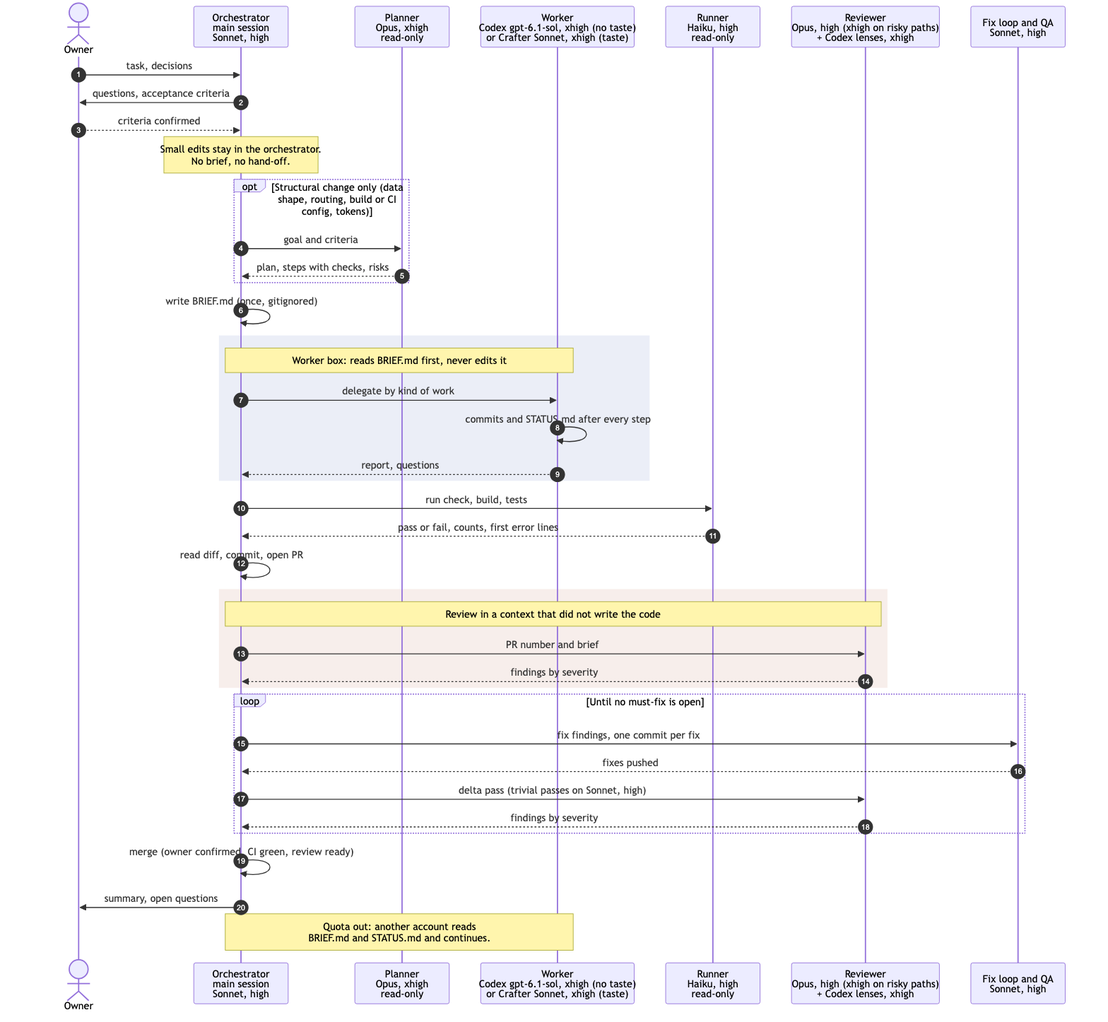
The Mermaid diagram diagram/routing.png in ViacheslavDanilov/agent-routing, before a commit. Its source is kept beside it as diagram/routing.mmd.
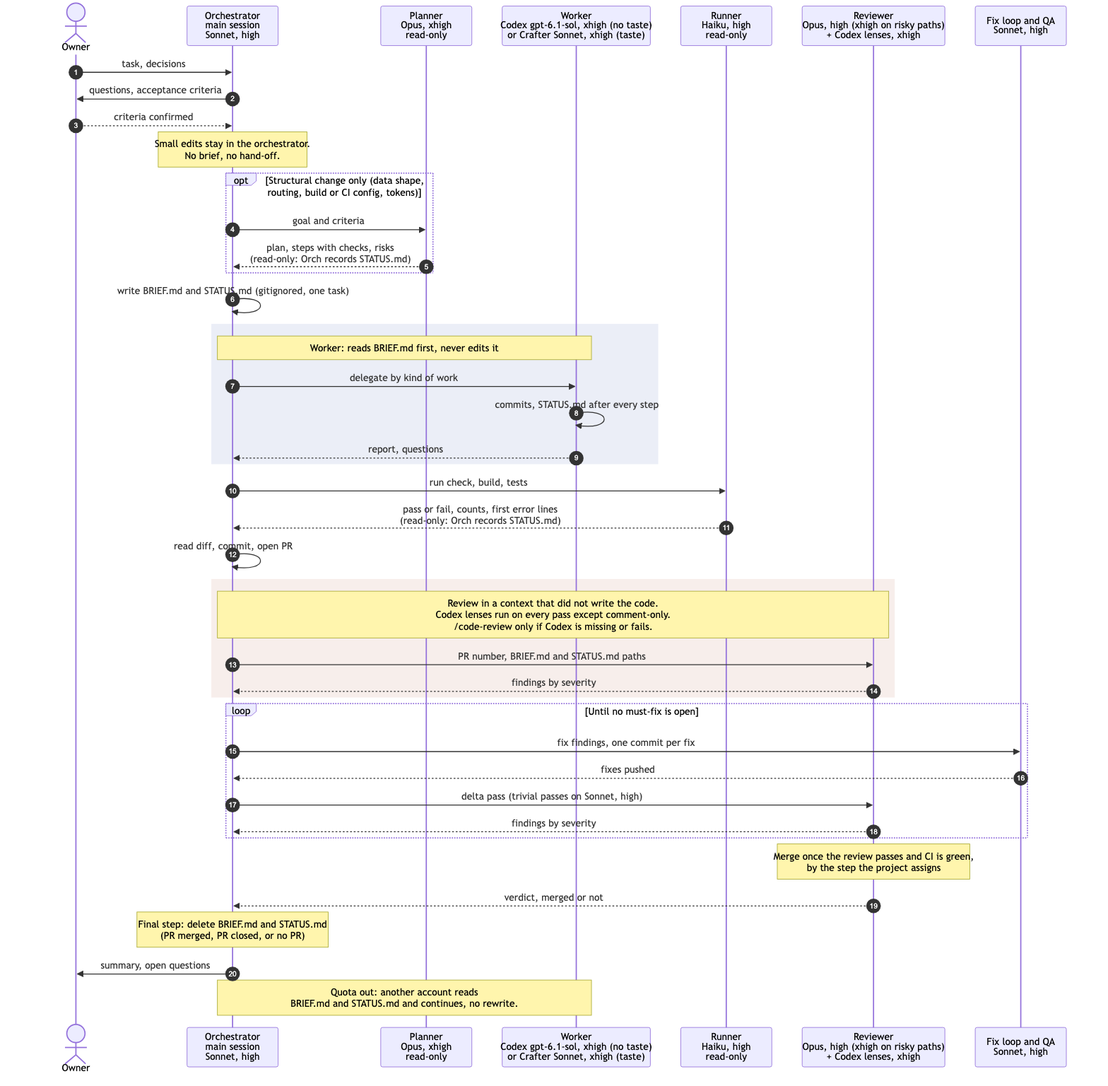
Above is the later version.

Commit message:
docs: sync the routing kit with the reviewed rules

Change to the diagram source:
```diff
@@ -16,26 +16,26 @@
 
     opt Structural change only (data shape, routing, build or CI config, tokens)
         Orch->>Plan: goal and criteria
-        Plan-->>Orch: plan, steps with checks, risks
+        Plan-->>Orch: plan, steps with checks, risks<br/>(read-only: Orch records STATUS.md)
     end
 
-    Orch->>Orch: write BRIEF.md (once, gitignored)
+    Orch->>Orch: write BRIEF.md and STATUS.md (gitignored, one task)
 
     rect rgba(120, 140, 200, 0.15)
-        Note over Orch,Work: Worker box: reads BRIEF.md first, never edits it
+        Note over Orch,Work: Worker: reads BRIEF.md first, never edits it
         Orch->>Work: delegate by kind of work
-        Work->>Work: commits and STATUS.md after every step
+        Work->>Work: commits, STATUS.md after every step
         Work-->>Orch: report, questions
     end
 
     Orch->>Run: run check, build, tests
-    Run-->>Orch: pass or fail, counts, first error lines
+    Run-->>Orch: pass or fail, counts, first error lines<br/>(read-only: Orch records STATUS.md)
 
     Orch->>Orch: read diff, commit, open PR
 
     rect rgba(200, 140, 120, 0.15)
-        Note over Orch,Rev: Review in a context that did not write the code
-        Orch->>Rev: PR number and brief
+        Note over Orch,Rev: Review in a context that did not write the code.<br/>Codex lenses run on every pass except comment-only.<br/>/code-review only if Codex is missing or fails.
+        Orch->>Rev: PR number, BRIEF.md and STATUS.md paths
         Rev-->>Orch: findings by severity
     end
 
@@ -46,7 +46,9 @@
         Rev-->>Orch: findings by severity
     end
 
-    Orch->>Orch: merge (owner confirmed, CI green, review ready)
+    Note over Rev: Merge once the review passes and CI is green,<br/>by the step the project assigns
+    Rev-->>Orch: verdict, merged or not
+    Note over Orch: Final step: delete BRIEF.md and STATUS.md<br/>(PR merged, PR closed, or no PR)
     Orch->>Owner: summary, open questions
 
-    Note over Orch,Work: Quota out: another account reads<br/>BRIEF.md and STATUS.md and continues.
+    Note over Orch,Work: Quota out: another account reads<br/>BRIEF.md and STATUS.md and continues, no rewrite.
```
